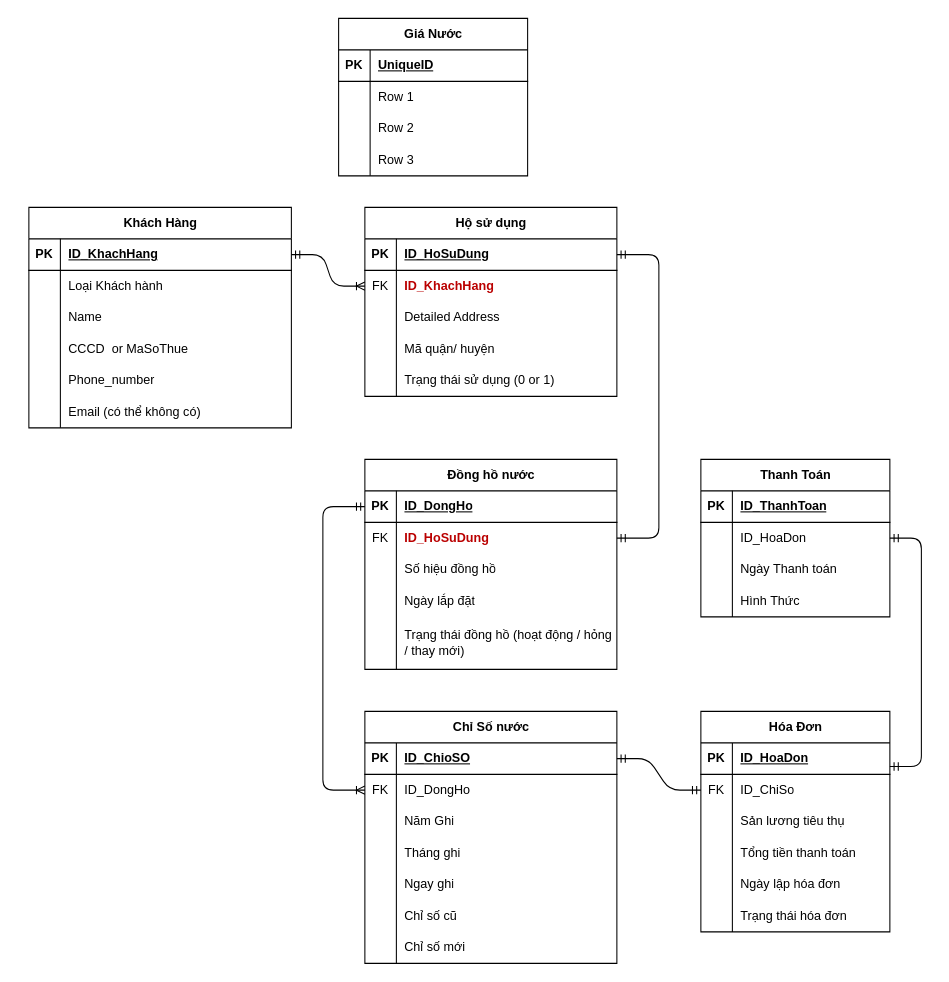
lethanhtung7002/water_management keeps this draw.io diagram as csdl.drawio. Above is the earlier version. Source tidied: cells renumbered, new cells numbered last; positions are measured from the earlier drawing's top-left corner, leaving out a move shared by most shapes. Both pictures are drawn from the tidied source at 105%, with x=0, y=0 at pixel (28, 18).
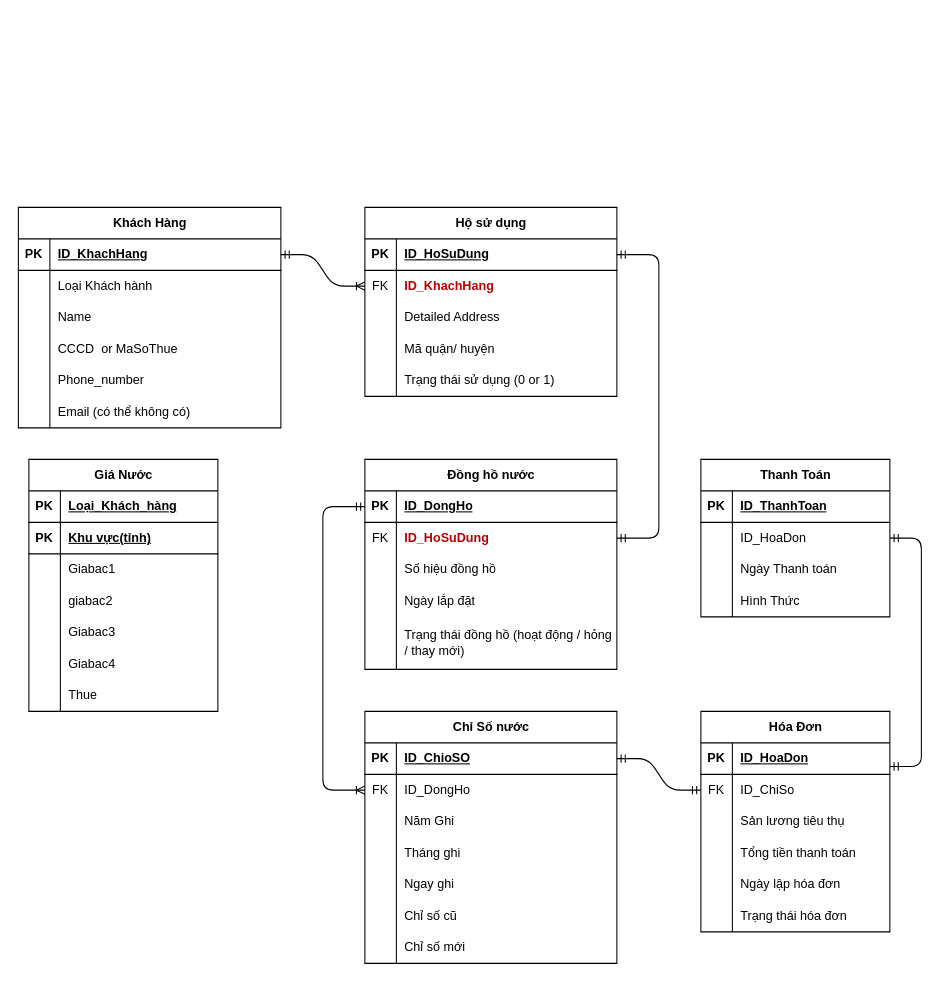
After the change.

Unchanged cells that the change refers to:
```xml
<mxCell id="111" style="shape=tableRow;horizontal=0;startSize=0;swimlaneHead=0;swimlaneBody=0;fillColor=none;top=0;left=0;right=0;bottom=1;" parent="110" vertex="1">
  <mxGeometry y="30" width="180" height="30" as="geometry" />
</mxCell>
```

What changed in the source:
```diff
@@
     <mxCell id="2" value="Khách Hàng" style="shape=table;startSize=30;childLayout=tableLayout;rowLines=0;fontStyle=1;align=center;html=1;" parent="1" vertex="1">
-      <mxGeometry y="180" width="250" height="210" as="geometry" />
+      <mxGeometry x="-10" y="180" width="250" height="210" as="geometry" />
     </mxCell>
@@
     <mxCell id="110" value="Giá Nước" style="shape=table;startSize=30;childLayout=tableLayout;rowLines=0;fontStyle=1;align=center;html=1;" parent="1" vertex="1">
-      <mxGeometry x="295" width="180" height="150" as="geometry" />
+      <mxGeometry y="420" width="180" height="240" as="geometry" />
     </mxCell>
@@
-    <mxCell id="113" value="UniqueID" style="shape=partialRectangle;fillColor=none;top=0;left=0;bottom=0;right=0;align=left;spacingLeft=6;fontStyle=5;overflow=hidden;whiteSpace=wrap;html=1;" parent="111" vertex="1">
+    <mxCell id="113" value="Loại_Khách_hàng" style="shape=partialRectangle;fillColor=none;top=0;left=0;bottom=0;right=0;align=left;spacingLeft=6;fontStyle=5;overflow=hidden;whiteSpace=wrap;html=1;" parent="111" vertex="1">
       <mxGeometry x="30" width="150" height="30" as="geometry" />
     </mxCell>
+    <mxCell id="125" style="shape=tableRow;horizontal=0;startSize=0;swimlaneHead=0;swimlaneBody=0;fillColor=none;top=0;left=0;right=0;bottom=1;" parent="110" vertex="1">
+      <mxGeometry y="60" width="180" height="30" as="geometry" />
+    </mxCell>
+    <mxCell id="126" value="PK" style="shape=partialRectangle;fillColor=none;top=0;left=0;bottom=0;right=0;fontStyle=1;overflow=hidden;whiteSpace=wrap;html=1;" parent="125" vertex="1">
+      <mxGeometry width="30" height="30" as="geometry" />
+    </mxCell>
+    <mxCell id="127" value="Khu vực(tỉnh)" style="shape=partialRectangle;fillColor=none;top=0;left=0;bottom=0;right=0;align=left;spacingLeft=6;fontStyle=5;overflow=hidden;whiteSpace=wrap;html=1;" parent="125" vertex="1">
+      <mxGeometry x="30" width="150" height="30" as="geometry" />
+    </mxCell>
     <mxCell id="114" style="shape=tableRow;horizontal=0;startSize=0;swimlaneHead=0;swimlaneBody=0;fillColor=none;top=0;left=0;right=0;bottom=0;" parent="110" vertex="1">
-      <mxGeometry y="60" width="180" height="30" as="geometry" />
+      <mxGeometry y="90" width="180" height="30" as="geometry" />
     </mxCell>
@@
-    <mxCell id="116" value="Row 1" style="shape=partialRectangle;fillColor=none;top=0;left=0;bottom=0;right=0;align=left;spacingLeft=6;overflow=hidden;whiteSpace=wrap;html=1;" parent="114" vertex="1">
+    <mxCell id="116" value="Giabac1" style="shape=partialRectangle;fillColor=none;top=0;left=0;bottom=0;right=0;align=left;spacingLeft=6;overflow=hidden;whiteSpace=wrap;html=1;" parent="114" vertex="1">
       <mxGeometry x="30" width="150" height="30" as="geometry" />
     </mxCell>
     <mxCell id="117" style="shape=tableRow;horizontal=0;startSize=0;swimlaneHead=0;swimlaneBody=0;fillColor=none;top=0;left=0;right=0;bottom=0;" parent="110" vertex="1">
-      <mxGeometry y="90" width="180" height="30" as="geometry" />
+      <mxGeometry y="120" width="180" height="30" as="geometry" />
     </mxCell>
@@
-    <mxCell id="119" value="Row 2" style="shape=partialRectangle;fillColor=none;top=0;left=0;bottom=0;right=0;align=left;spacingLeft=6;overflow=hidden;whiteSpace=wrap;html=1;" parent="117" vertex="1">
+    <mxCell id="119" value="giabac2" style="shape=partialRectangle;fillColor=none;top=0;left=0;bottom=0;right=0;align=left;spacingLeft=6;overflow=hidden;whiteSpace=wrap;html=1;" parent="117" vertex="1">
       <mxGeometry x="30" width="150" height="30" as="geometry" />
     </mxCell>
     <mxCell id="120" style="shape=tableRow;horizontal=0;startSize=0;swimlaneHead=0;swimlaneBody=0;fillColor=none;top=0;left=0;right=0;bottom=0;" parent="110" vertex="1">
-      <mxGeometry y="120" width="180" height="30" as="geometry" />
+      <mxGeometry y="150" width="180" height="30" as="geometry" />
     </mxCell>
@@
-    <mxCell id="122" value="Row 3" style="shape=partialRectangle;fillColor=none;top=0;left=0;bottom=0;right=0;align=left;spacingLeft=6;overflow=hidden;whiteSpace=wrap;html=1;" parent="120" vertex="1">
+    <mxCell id="122" value="Giabac3" style="shape=partialRectangle;fillColor=none;top=0;left=0;bottom=0;right=0;align=left;spacingLeft=6;overflow=hidden;whiteSpace=wrap;html=1;" parent="120" vertex="1">
       <mxGeometry x="30" width="150" height="30" as="geometry" />
     </mxCell>
+    <mxCell id="128" style="shape=tableRow;horizontal=0;startSize=0;swimlaneHead=0;swimlaneBody=0;fillColor=none;top=0;left=0;right=0;bottom=0;" parent="110" vertex="1">
+      <mxGeometry y="180" width="180" height="30" as="geometry" />
+    </mxCell>
+    <mxCell id="129" style="shape=partialRectangle;fillColor=none;top=0;left=0;bottom=0;right=0;overflow=hidden;whiteSpace=wrap;html=1;" parent="128" vertex="1">
+      <mxGeometry width="30" height="30" as="geometry" />
+    </mxCell>
+    <mxCell id="130" value="Giabac4" style="shape=partialRectangle;fillColor=none;top=0;left=0;bottom=0;right=0;align=left;spacingLeft=6;overflow=hidden;whiteSpace=wrap;html=1;" parent="128" vertex="1">
+      <mxGeometry x="30" width="150" height="30" as="geometry" />
+    </mxCell>
+    <mxCell id="131" style="shape=tableRow;horizontal=0;startSize=0;swimlaneHead=0;swimlaneBody=0;fillColor=none;top=0;left=0;right=0;bottom=0;" parent="110" vertex="1">
+      <mxGeometry y="210" width="180" height="30" as="geometry" />
+    </mxCell>
+    <mxCell id="132" style="shape=partialRectangle;fillColor=none;top=0;left=0;bottom=0;right=0;overflow=hidden;whiteSpace=wrap;html=1;" parent="131" vertex="1">
+      <mxGeometry width="30" height="30" as="geometry" />
+    </mxCell>
+    <mxCell id="133" value="Thue" style="shape=partialRectangle;fillColor=none;top=0;left=0;bottom=0;right=0;align=left;spacingLeft=6;overflow=hidden;whiteSpace=wrap;html=1;" parent="131" vertex="1">
+      <mxGeometry x="30" width="150" height="30" as="geometry" />
+    </mxCell>
```
